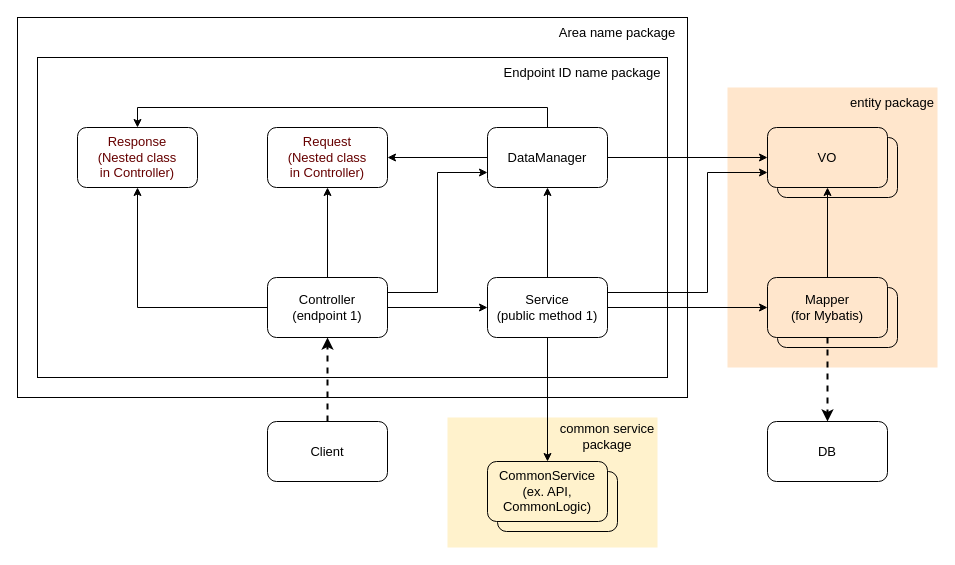
The draw.io diagram page "after" (2 of 3) of architecture-in-spring/SimpleBackend.drawio in seungyeop-lee/blog-example, before the edit. Source tidied: cells renumbered, new cells numbered last; positions are measured from the earlier drawing's top-left corner, leaving out a move shared by most shapes. Both pictures are drawn from the tidied source at 100%, with x=0, y=0 at pixel (17, 17).
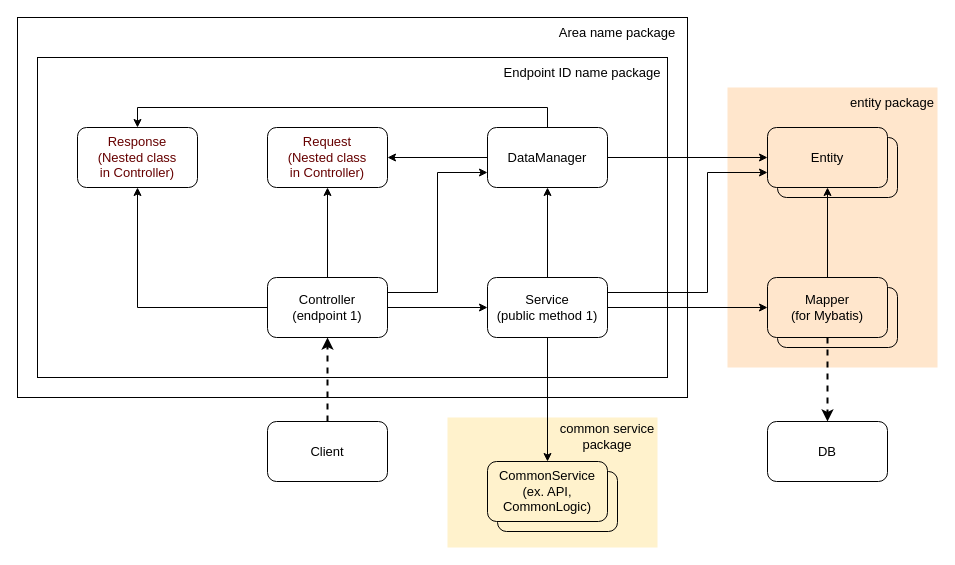
The same page after the edit.

What changed in the source:
```diff
@@
-    <mxCell id="25" value="VO" style="rounded=1;whiteSpace=wrap;html=1;fillColor=#ffe6cc;fontStyle=0;fontSize=13;strokeColor=#000000;glass=0;shadow=0;fontColor=#000000;" parent="1" vertex="1">
+    <mxCell id="25" value="Entity" style="rounded=1;whiteSpace=wrap;html=1;fillColor=#ffe6cc;fontStyle=0;fontSize=13;strokeColor=#000000;glass=0;shadow=0;fontColor=#000000;" parent="1" vertex="1">
       <mxGeometry x="750" y="110" width="120" height="60" as="geometry" />
     </mxCell>
```
